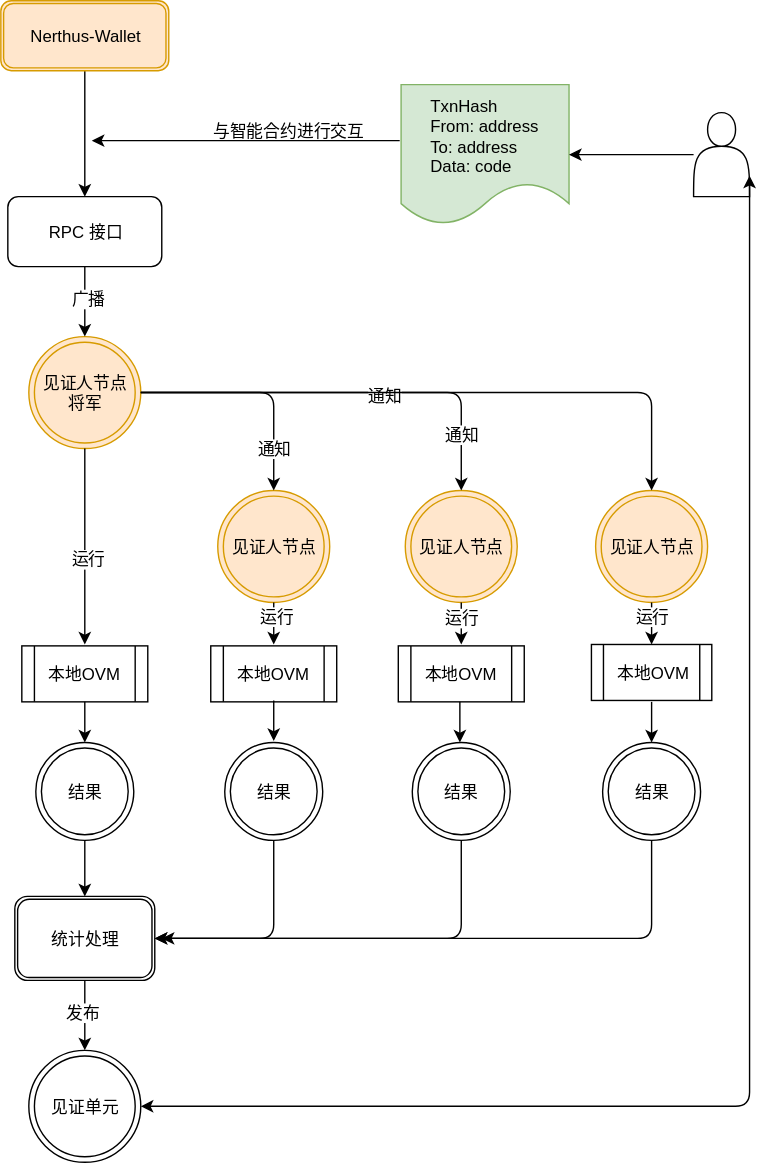
Above: contract_flow.svg in godzilla-s/block-chain (draw.io), before the change. Source tidied: cells renumbered, new cells last; positions are measured from the earlier drawing's top-left corner, leaving out a move shared by most shapes.
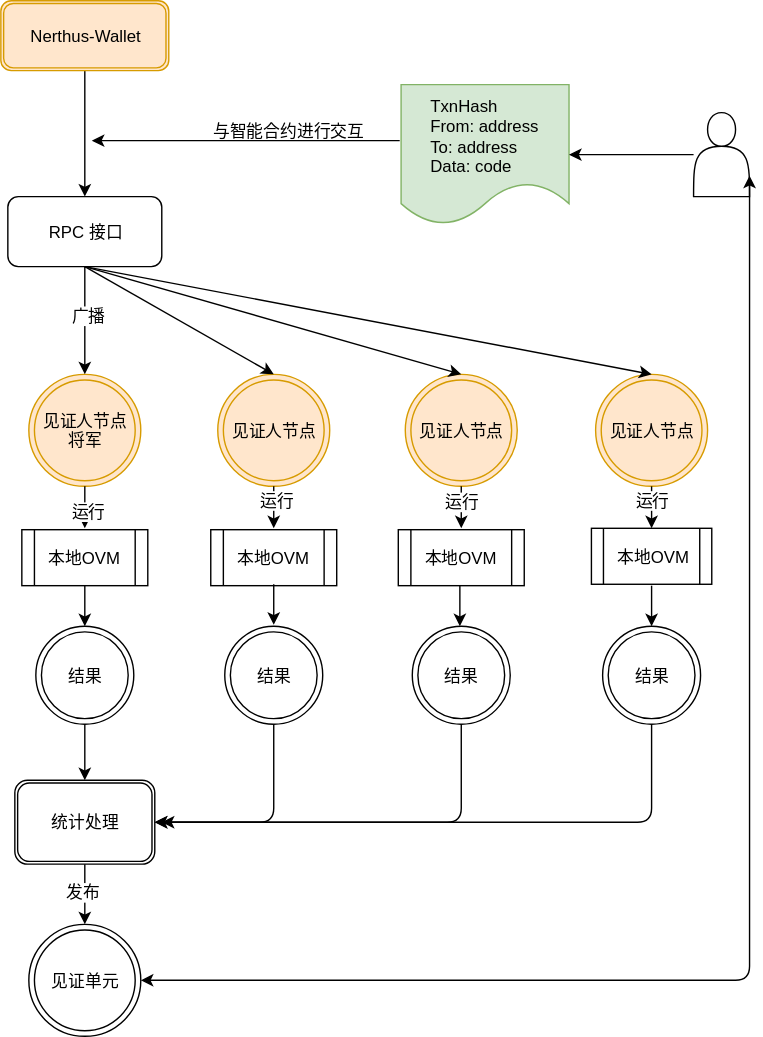
The same diagram one commit later.

What changed in the source:
```diff
@@ -6,16 +6,16 @@
       <mxGeometry relative="1" as="geometry" />
     </mxCell>
     <mxCell id="3" value="Nerthus-Wallet" style="shape=ext;double=1;rounded=1;whiteSpace=wrap;html=1;fillColor=#ffe6cc;strokeColor=#d79b00;" parent="1" vertex="1">
-      <mxGeometry width="120" height="50" as="geometry" />
+      <mxGeometry y="83" width="120" height="50" as="geometry" />
     </mxCell>
     <mxCell id="4" value="&lt;div style=&quot;text-align: left&quot;&gt;TxnHash&lt;/div&gt;&lt;div style=&quot;text-align: left&quot;&gt;From: address&lt;/div&gt;&lt;div style=&quot;text-align: left&quot;&gt;To: address&lt;/div&gt;&lt;div style=&quot;text-align: left&quot;&gt;Data: code&lt;/div&gt;" style="shape=document;whiteSpace=wrap;html=1;boundedLbl=1;fillColor=#d5e8d4;strokeColor=#82b366;" parent="1" vertex="1">
-      <mxGeometry x="286" y="60" width="120" height="100" as="geometry" />
+      <mxGeometry x="286" y="143" width="120" height="100" as="geometry" />
     </mxCell>
     <mxCell id="5" value="RPC 接口" style="rounded=1;whiteSpace=wrap;html=1;" parent="1" vertex="1">
-      <mxGeometry x="5" y="140" width="110" height="50" as="geometry" />
+      <mxGeometry x="5" y="223" width="110" height="50" as="geometry" />
     </mxCell>
     <mxCell id="6" value="见证人节点&lt;div&gt;将军&lt;/div&gt;" style="ellipse;shape=doubleEllipse;whiteSpace=wrap;html=1;fillColor=#ffe6cc;strokeColor=#d79b00;" parent="1" vertex="1">
-      <mxGeometry x="20" y="240" width="80" height="80" as="geometry" />
+      <mxGeometry x="20" y="350" width="80" height="80" as="geometry" />
     </mxCell>
     <mxCell id="7" value="见证人节点" style="ellipse;shape=doubleEllipse;whiteSpace=wrap;html=1;fillColor=#ffe6cc;strokeColor=#d79b00;" parent="1" vertex="1">
       <mxGeometry x="425" y="350" width="80" height="80" as="geometry" />
@@ -35,38 +35,6 @@
     <mxCell id="12" value="本地OVM" style="shape=process;whiteSpace=wrap;html=1;" parent="1" vertex="1">
       <mxGeometry x="422" y="460" width="86" height="40" as="geometry" />
     </mxCell>
-    <mxCell id="13" style="endArrow=classic;html=1;exitX=1;exitY=0.5;entryX=0.5;entryY=0;" parent="1" edge="1" source="6" target="7">
-      <mxGeometry relative="1" as="geometry">
-        <Array as="points">
-          <mxPoint x="465" y="280" />
-        </Array>
-      </mxGeometry>
-    </mxCell>
-    <mxCell id="14" value="通知" style="text;html=1;align=center;verticalAlign=middle;labelBackgroundColor=#ffffff;" parent="13" vertex="1">
-      <mxGeometry x="-0.2" y="-1" relative="1" as="geometry" />
-    </mxCell>
-    <mxCell id="15" style="endArrow=classic;html=1;entryX=0.5;entryY=0;exitX=1;exitY=0.5;" parent="1" edge="1" source="6" target="8">
-      <mxGeometry relative="1" as="geometry">
-        <Array as="points">
-          <mxPoint x="195" y="280" />
-        </Array>
-      </mxGeometry>
-    </mxCell>
-    <mxCell id="16" value="通知" style="text;html=1;align=center;verticalAlign=middle;labelBackgroundColor=#ffffff;" parent="15" vertex="1">
-      <mxGeometry x="0.62" relative="1" as="geometry" />
-    </mxCell>
-    <mxCell id="17" style="endArrow=classic;html=1;exitX=1;exitY=0.5;entryX=0.5;entryY=0;" parent="1" edge="1" source="6" target="9">
-      <mxGeometry relative="1" as="geometry">
-        <Array as="points">
-          <mxPoint x="329" y="280" />
-        </Array>
-      </mxGeometry>
-    </mxCell>
-    <mxCell id="18" value="通知" style="text;html=1;align=center;verticalAlign=middle;labelBackgroundColor=#ffffff;" parent="17" vertex="1">
-      <mxGeometry x="0.53" y="-30" relative="1" as="geometry">
-        <mxPoint x="30" y="29" as="offset" />
-      </mxGeometry>
-    </mxCell>
     <mxCell id="19" value="本地OVM" style="shape=process;whiteSpace=wrap;html=1;" parent="1" vertex="1">
       <mxGeometry x="15" y="461" width="90" height="40" as="geometry" />
     </mxCell>
@@ -86,10 +54,10 @@
       <mxGeometry x="10" y="640" width="100" height="60" as="geometry" />
     </mxCell>
     <mxCell id="25" style="shape=actor;whiteSpace=wrap;html=1;" parent="1" vertex="1">
-      <mxGeometry x="495" y="80" width="40" height="60" as="geometry" />
+      <mxGeometry x="495" y="163" width="40" height="60" as="geometry" />
     </mxCell>
     <mxCell id="26" value="见证单元" style="ellipse;shape=doubleEllipse;whiteSpace=wrap;html=1;" parent="1" vertex="1">
-      <mxGeometry x="20" y="750" width="80" height="80" as="geometry" />
+      <mxGeometry x="20" y="743" width="80" height="80" as="geometry" />
     </mxCell>
     <mxCell id="27" style="endArrow=classic;html=1;exitX=0.5;exitY=1;" parent="1" edge="1" source="8">
       <mxGeometry relative="1" as="geometry">
@@ -127,12 +95,12 @@
     </mxCell>
     <mxCell id="36" style="endArrow=classic;html=1;" parent="1" edge="1">
       <mxGeometry relative="1" as="geometry">
-        <mxPoint x="285" y="100" as="sourcePoint" />
-        <mxPoint x="65" y="100" as="targetPoint" />
+        <mxPoint x="285" y="183" as="sourcePoint" />
+        <mxPoint x="65" y="183" as="targetPoint" />
       </mxGeometry>
     </mxCell>
     <mxCell id="37" value="与智能合约进行交互" style="text;html=1;align=left;verticalAlign=top;spacingTop=-4;" parent="1" vertex="1">
-      <mxGeometry x="150" y="84" width="120" height="20" as="geometry" />
+      <mxGeometry x="150" y="167" width="120" height="20" as="geometry" />
     </mxCell>
     <mxCell id="38" style="endArrow=classic;html=1;exitX=0.5;exitY=1;" parent="1" edge="1" source="5" target="6">
       <mxGeometry relative="1" as="geometry" />
@@ -195,9 +163,18 @@
     <mxCell id="50" style="endArrow=classic;startArrow=classic;html=1;exitX=1;exitY=0.5;entryX=1;entryY=0.75;" parent="1" edge="1" source="26" target="25">
       <mxGeometry relative="1" as="geometry">
         <Array as="points">
-          <mxPoint x="535" y="790" />
+          <mxPoint x="535" y="783" />
         </Array>
       </mxGeometry>
     </mxCell>
+    <mxCell id="51" style="endArrow=classic;html=1;exitX=0.5;exitY=1;entryX=0.5;entryY=0;" parent="1" edge="1" source="5" target="8">
+      <mxGeometry relative="1" as="geometry" />
+    </mxCell>
+    <mxCell id="52" style="endArrow=classic;html=1;exitX=0.5;exitY=1;entryX=0.5;entryY=0;" parent="1" edge="1" source="5" target="9">
+      <mxGeometry relative="1" as="geometry" />
+    </mxCell>
+    <mxCell id="53" style="endArrow=classic;html=1;exitX=0.5;exitY=1;entryX=0.5;entryY=0;" parent="1" edge="1" source="5" target="7">
+      <mxGeometry relative="1" as="geometry" />
+    </mxCell>
   </root>
 </mxGraphModel>
```
